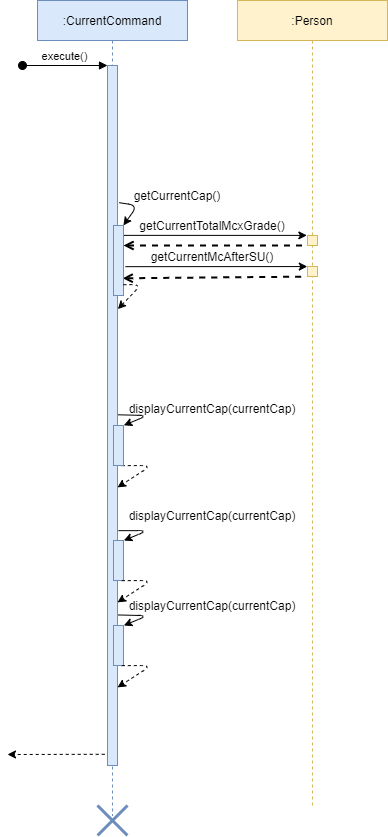
Before: docs/images/DeveloperGuide/currentCommand_sequence.png, a diagram exported from draw.io (vanessa-kang/tp). Source tidied: cells renumbered, new cells last; positions are measured from the earlier drawing's top-left corner, leaving out a move shared by most shapes.
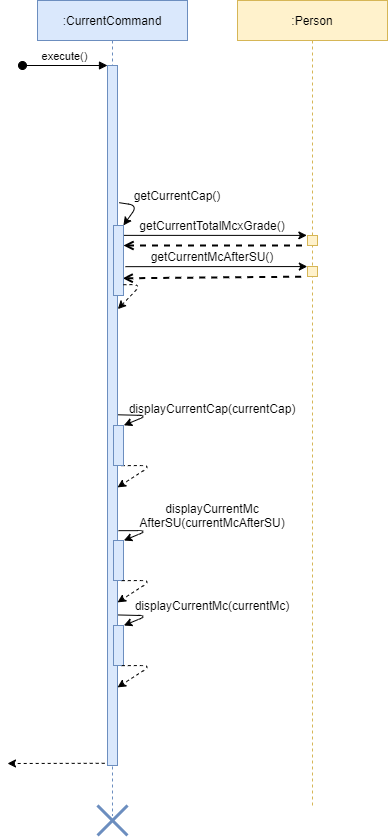
After the change.

Commit message:
Update sequence diagram

Change to the diagram source:
```diff
@@ -128,15 +128,16 @@
         </Array>
       </mxGeometry>
     </mxCell>
-    <mxCell id="29" value="displayCurrentCap(currentCap)" style="text;html=1;strokeColor=none;fillColor=none;align=center;verticalAlign=middle;whiteSpace=wrap;rounded=0;" parent="1" vertex="1">
+    <mxCell id="29" value="displayCurrentMc&lt;br&gt;AfterSU(currentMcAfterSU)" style="text;html=1;strokeColor=none;fillColor=none;align=center;verticalAlign=middle;whiteSpace=wrap;rounded=0;" parent="1" vertex="1">
       <mxGeometry x="140" y="505" width="130" height="20" as="geometry" />
     </mxCell>
-    <mxCell id="30" value="displayCurrentCap(currentCap)" style="text;html=1;strokeColor=none;fillColor=none;align=center;verticalAlign=middle;whiteSpace=wrap;rounded=0;" parent="1" vertex="1">
+    <mxCell id="30" value="displayCurrentMc(currentMc)" style="text;html=1;strokeColor=none;fillColor=none;align=center;verticalAlign=middle;whiteSpace=wrap;rounded=0;" parent="1" vertex="1">
       <mxGeometry x="140" y="595" width="130" height="20" as="geometry" />
     </mxCell>
-    <mxCell id="31" style="endArrow=classic;html=1;exitX=-0.28;exitY=0.984;exitDx=0;exitDy=0;exitPerimeter=0;dashed=1;" parent="1" edge="1" source="14">
+    <mxCell id="31" style="endArrow=classic;html=1;exitX=-0.28;exitY=0.984;exitDx=0;exitDy=0;exitPerimeter=0;dashed=1;" parent="1" edge="1">
       <mxGeometry relative="1" as="geometry">
-        <mxPoint y="754" as="targetPoint" />
+        <mxPoint x="97.2" y="762.8" as="sourcePoint" />
+        <mxPoint y="763" as="targetPoint" />
       </mxGeometry>
     </mxCell>
   </root>
```
